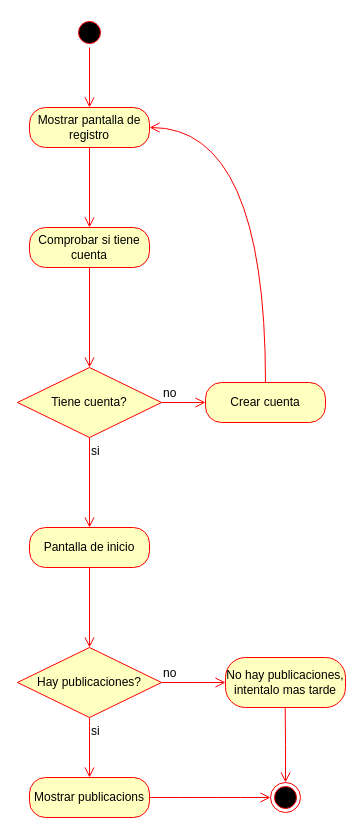
Above: diag/da.drawio in Kore29/Program-Whale (draw.io), before the change. Source tidied: cells renumbered, new cells numbered last; positions are measured from the earlier drawing's top-left corner, leaving out a move shared by most shapes. Both pictures are drawn from the tidied source at 100%, with x=0, y=0 at pixel (17, 17).
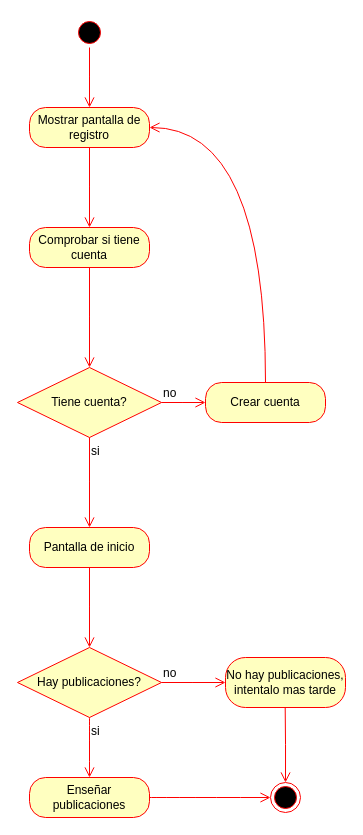
After the change.

The edit, as a diff of the source:
```diff
@@
-    <mxCell id="19" value="Mostrar publicacions" style="rounded=1;whiteSpace=wrap;html=1;arcSize=40;fontColor=#000000;fillColor=#ffffc0;strokeColor=#ff0000;" parent="1" vertex="1">
+    <mxCell id="19" value="Enseñar publicaciones" style="rounded=1;whiteSpace=wrap;html=1;arcSize=40;fontColor=#000000;fillColor=#ffffc0;strokeColor=#ff0000;" parent="1" vertex="1">
       <mxGeometry x="12" y="760" width="120" height="40" as="geometry" />
     </mxCell>
```
